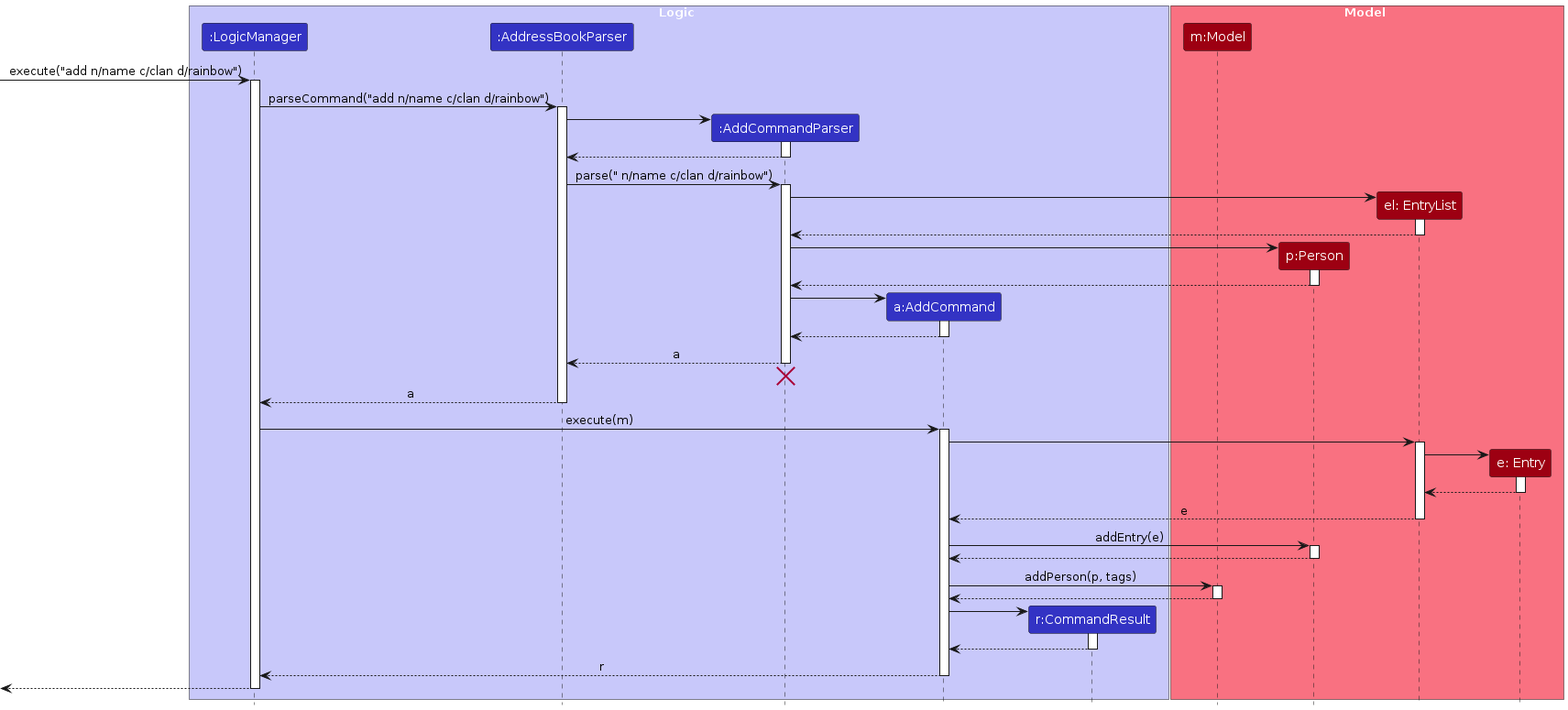
Before: diagrams/AddSequenceDiagram.png, a diagram exported from PlantUML (AY2324S2-CS2103T-W13-3/tp). Its source is kept beside it as diagrams/AddSequenceDiagram.puml.
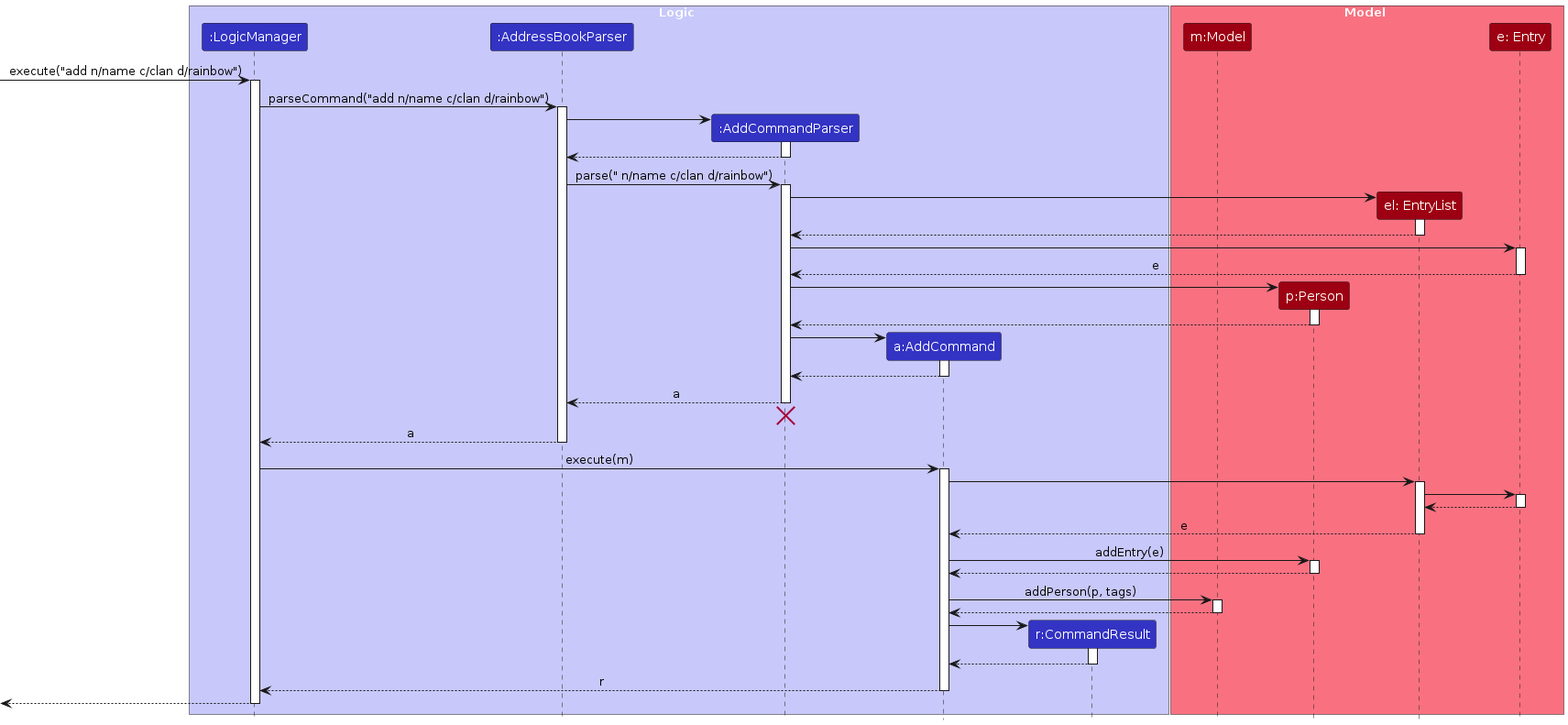
After the change.

Change to the diagram source:
```diff
@@ -39,6 +39,11 @@
 entryList --> AddCommandParser
 deactivate
 
+AddCommandParser -> Entry
+activate Entry
+Entry --> AddCommandParser :e
+deactivate
+
 create Person
 AddCommandParser -> Person
 activate Person
@@ -65,7 +70,7 @@
 
 AddCommand -> entryList
 activate entryList
-create Entry
+
 entryList -> Entry
 activate Entry
 Entry --> entryList
```
